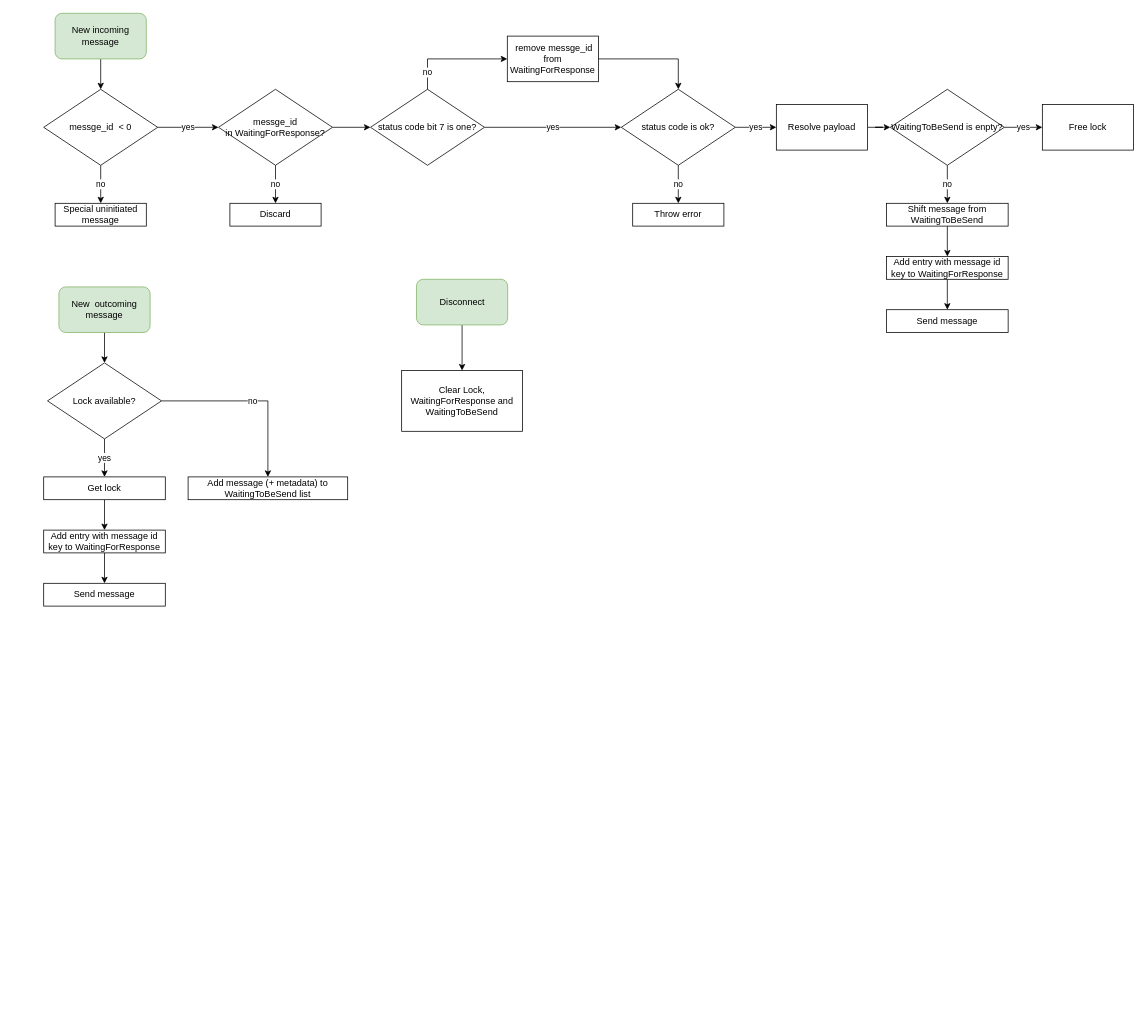
Above: app-device_api.drawio in body0/Diagrams (draw.io), before the change. Source tidied: cells renumbered, new cells numbered last; positions are measured from the earlier drawing's top-left corner, leaving out a move shared by most shapes. Both pictures are drawn from the tidied source at 76%, with x=0, y=0 at pixel (43, 13).
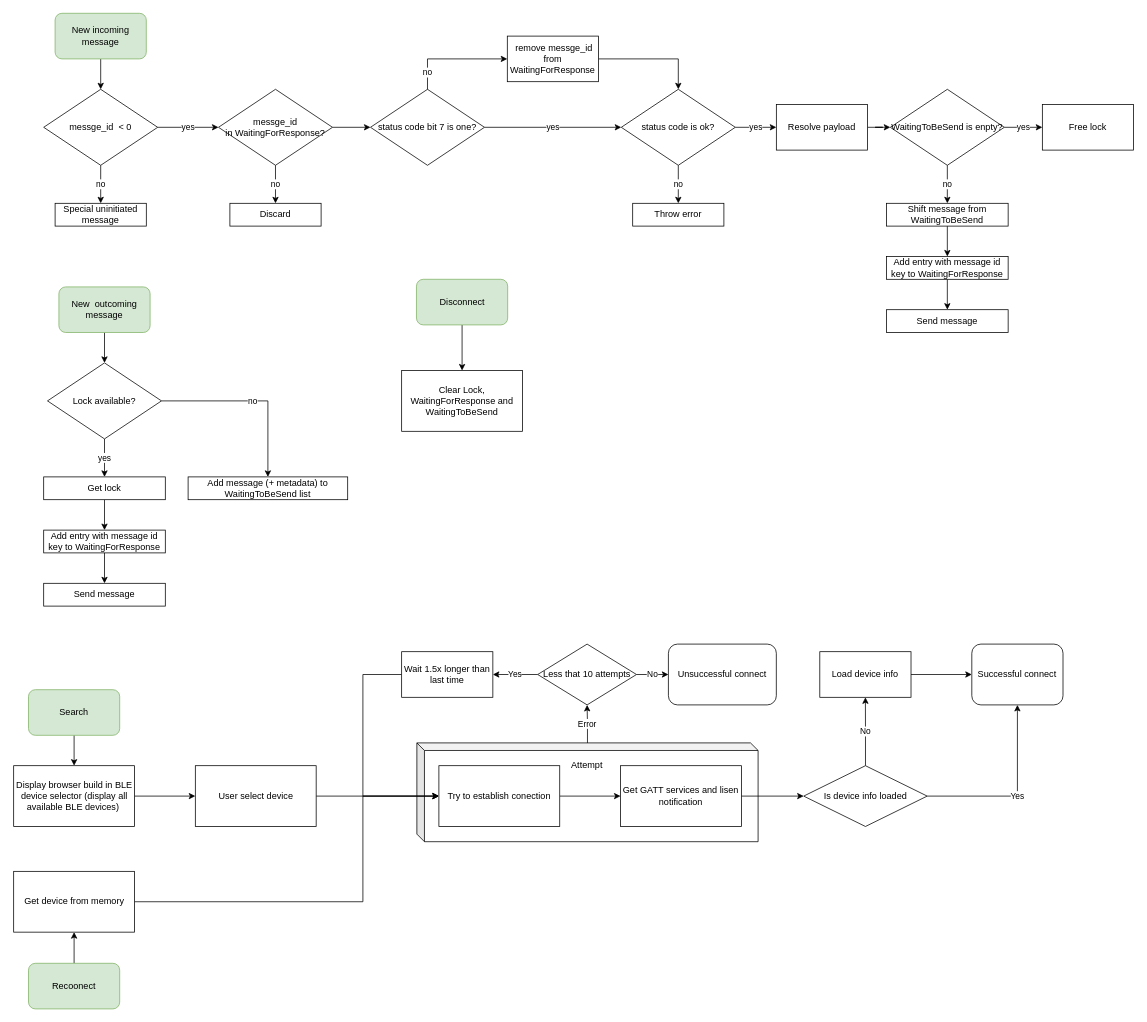
The same diagram, later.

Change to the diagram source:
```diff
@@
+    <mxCell id="46" value="Error" style="edgeStyle=orthogonalEdgeStyle;rounded=0;jettySize=auto;html=1;entryX=0.5;entryY=1;entryDx=0;entryDy=0;" parent="1" edge="1" source="47" target="60">
+      <mxGeometry x="0.01" relative="1" as="geometry" />
+    </mxCell>
+    <mxCell id="47" style="shape=cube;whiteSpace=wrap;html=1;boundedLbl=1;backgroundOutline=1;darkOpacity=0.05;darkOpacity2=0.1;size=10;" parent="1" vertex="1">
+      <mxGeometry x="491" y="960" width="449" height="130" as="geometry" />
+    </mxCell>
@@
+    <mxCell id="48" style="edgeStyle=orthogonalEdgeStyle;rounded=0;jettySize=auto;html=1;" parent="1" edge="1" source="49" target="51">
+      <mxGeometry relative="1" as="geometry" />
+    </mxCell>
+    <mxCell id="49" value="Search" style="rounded=1;whiteSpace=wrap;html=1;fillColor=#d5e8d4;strokeColor=#82b366;" parent="1" vertex="1">
+      <mxGeometry x="-20" y="890" width="120" height="60" as="geometry" />
+    </mxCell>
+    <mxCell id="50" style="edgeStyle=orthogonalEdgeStyle;rounded=0;jettySize=auto;html=1;" parent="1" edge="1" source="51" target="53">
+      <mxGeometry relative="1" as="geometry" />
+    </mxCell>
+    <mxCell id="51" value="Display browser build in BLE device selector (display all available BLE devices)&amp;nbsp;" style="whiteSpace=wrap;html=1;" parent="1" vertex="1">
+      <mxGeometry x="-39.5" y="990" width="159" height="80" as="geometry" />
+    </mxCell>
+    <mxCell id="52" style="edgeStyle=orthogonalEdgeStyle;rounded=0;jettySize=auto;html=1;" parent="1" edge="1" source="53" target="55">
+      <mxGeometry relative="1" as="geometry" />
+    </mxCell>
+    <mxCell id="53" value="User select device" style="whiteSpace=wrap;html=1;" parent="1" vertex="1">
+      <mxGeometry x="199.5" y="990" width="159" height="80" as="geometry" />
+    </mxCell>
+    <mxCell id="54" style="edgeStyle=orthogonalEdgeStyle;rounded=0;jettySize=auto;html=1;" parent="1" edge="1" source="55" target="57">
+      <mxGeometry relative="1" as="geometry" />
+    </mxCell>
+    <mxCell id="55" value="Try to establish conection" style="whiteSpace=wrap;html=1;" parent="1" vertex="1">
+      <mxGeometry x="520" y="990" width="159" height="80" as="geometry" />
+    </mxCell>
+    <mxCell id="56" style="edgeStyle=orthogonalEdgeStyle;rounded=0;jettySize=auto;html=1;" parent="1" edge="1" source="57" target="70">
+      <mxGeometry relative="1" as="geometry" />
+    </mxCell>
+    <mxCell id="57" value="Get GATT services and lisen notification" style="whiteSpace=wrap;html=1;" parent="1" vertex="1">
+      <mxGeometry x="759" y="990" width="159" height="80" as="geometry" />
+    </mxCell>
+    <mxCell id="58" value="Yes" style="edgeStyle=orthogonalEdgeStyle;rounded=0;jettySize=auto;html=1;" parent="1" edge="1" source="60" target="62">
+      <mxGeometry relative="1" as="geometry" />
+    </mxCell>
+    <mxCell id="59" value="No" style="edgeStyle=orthogonalEdgeStyle;rounded=0;jettySize=auto;html=1;" parent="1" edge="1" source="60" target="63">
+      <mxGeometry relative="1" as="geometry" />
+    </mxCell>
+    <mxCell id="60" value="Less that 10 attempts" style="rhombus;whiteSpace=wrap;html=1;" parent="1" vertex="1">
+      <mxGeometry x="650" y="830" width="130" height="80" as="geometry" />
+    </mxCell>
+    <mxCell id="61" style="edgeStyle=orthogonalEdgeStyle;rounded=0;jettySize=auto;html=1;entryX=0;entryY=0.5;entryDx=0;entryDy=0;" parent="1" edge="1" source="62" target="55">
+      <mxGeometry relative="1" as="geometry">
+        <Array as="points">
+          <mxPoint x="420" y="870" />
+          <mxPoint x="420" y="1030" />
+        </Array>
+      </mxGeometry>
+    </mxCell>
+    <mxCell id="62" value="Wait 1.5x longer than last time" style="whiteSpace=wrap;html=1;" parent="1" vertex="1">
+      <mxGeometry x="471" y="840" width="120" height="60" as="geometry" />
+    </mxCell>
+    <mxCell id="63" value="Unsuccessful connect" style="rounded=1;whiteSpace=wrap;html=1;fontFamily=Helvetica;fontSize=12;fontColor=#000000;align=center;strokeColor=#000000;fillColor=#ffffff;" parent="1" vertex="1">
+      <mxGeometry x="822" y="830" width="142" height="80" as="geometry" />
+    </mxCell>
+    <mxCell id="64" style="edgeStyle=orthogonalEdgeStyle;rounded=0;jettySize=auto;html=1;" parent="1" edge="1" source="65" target="67">
+      <mxGeometry relative="1" as="geometry" />
+    </mxCell>
+    <mxCell id="65" value="Recoonect" style="rounded=1;whiteSpace=wrap;html=1;fillColor=#d5e8d4;strokeColor=#82b366;" parent="1" vertex="1">
+      <mxGeometry x="-20" y="1250" width="120" height="60" as="geometry" />
+    </mxCell>
+    <mxCell id="66" style="edgeStyle=orthogonalEdgeStyle;rounded=0;jettySize=auto;html=1;entryX=0;entryY=0.5;entryDx=0;entryDy=0;" parent="1" edge="1" source="67" target="55">
+      <mxGeometry relative="1" as="geometry">
+        <Array as="points">
+          <mxPoint x="420" y="1169" />
+          <mxPoint x="420" y="1030" />
+        </Array>
+      </mxGeometry>
+    </mxCell>
+    <mxCell id="67" value="Get device from memory" style="whiteSpace=wrap;html=1;" parent="1" vertex="1">
+      <mxGeometry x="-39.5" y="1129" width="159" height="80" as="geometry" />
+    </mxCell>
+    <mxCell id="68" value="No" style="edgeStyle=orthogonalEdgeStyle;rounded=0;jettySize=auto;html=1;" parent="1" edge="1" source="70" target="72">
+      <mxGeometry relative="1" as="geometry" />
+    </mxCell>
+    <mxCell id="69" value="Yes" style="edgeStyle=orthogonalEdgeStyle;rounded=0;jettySize=auto;html=1;entryX=0.5;entryY=1;entryDx=0;entryDy=0;" parent="1" edge="1" source="70" target="73">
+      <mxGeometry relative="1" as="geometry" />
+    </mxCell>
+    <mxCell id="70" value="Is device info loaded" style="rhombus;whiteSpace=wrap;html=1;" parent="1" vertex="1">
+      <mxGeometry x="1000" y="990" width="162.5" height="80" as="geometry" />
+    </mxCell>
+    <mxCell id="71" style="edgeStyle=orthogonalEdgeStyle;rounded=0;jettySize=auto;html=1;" parent="1" edge="1" source="72" target="73">
+      <mxGeometry relative="1" as="geometry" />
+    </mxCell>
+    <mxCell id="72" value="Load device info" style="whiteSpace=wrap;html=1;" parent="1" vertex="1">
+      <mxGeometry x="1021.2" y="840" width="120" height="60" as="geometry" />
+    </mxCell>
+    <mxCell id="73" value="&lt;span&gt;Successful connect&lt;/span&gt;" style="rounded=1;whiteSpace=wrap;html=1;fontFamily=Helvetica;fontSize=12;fontColor=#000000;align=center;strokeColor=#000000;fillColor=#ffffff;" parent="1" vertex="1">
+      <mxGeometry x="1221.2" y="830" width="120" height="80" as="geometry" />
+    </mxCell>
+    <mxCell id="74" value="Attempt" style="text;html=1;strokeColor=none;fillColor=none;align=center;verticalAlign=middle;whiteSpace=wrap;rounded=0;" parent="1" vertex="1">
+      <mxGeometry x="695" y="980" width="40" height="20" as="geometry" />
+    </mxCell>
```
